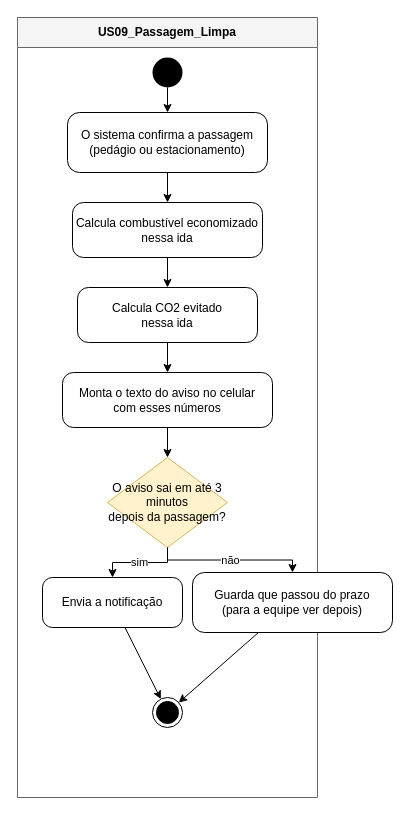
Before: docs/diagramas/specs/us09.drawio in IgrPhillipe/taggy-ecoscore, a draw.io diagram. Source tidied: cells renumbered, new cells numbered last; positions are measured from the earlier drawing's top-left corner, leaving out a move shared by most shapes. Both pictures are drawn from the tidied source at 100%, with x=0, y=0 at pixel (17, 17).
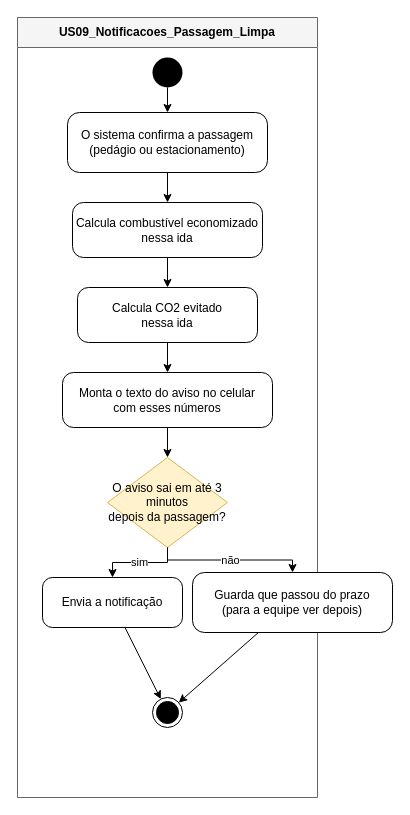
Above is the later version.

What changed in the source:
```diff
@@
-    <mxCell id="2" value="US09_Passagem_Limpa" style="swimlane;whiteSpace=wrap;html=1;startSize=30;fillColor=#f5f5f5;strokeColor=#666666;fontStyle=1;" parent="1" vertex="1">
+    <mxCell id="2" value="US09_Notificacoes_Passagem_Limpa" style="swimlane;whiteSpace=wrap;html=1;startSize=30;fillColor=#f5f5f5;strokeColor=#666666;fontStyle=1;" parent="1" vertex="1">
       <mxGeometry width="300" height="780" as="geometry" />
     </mxCell>
```
